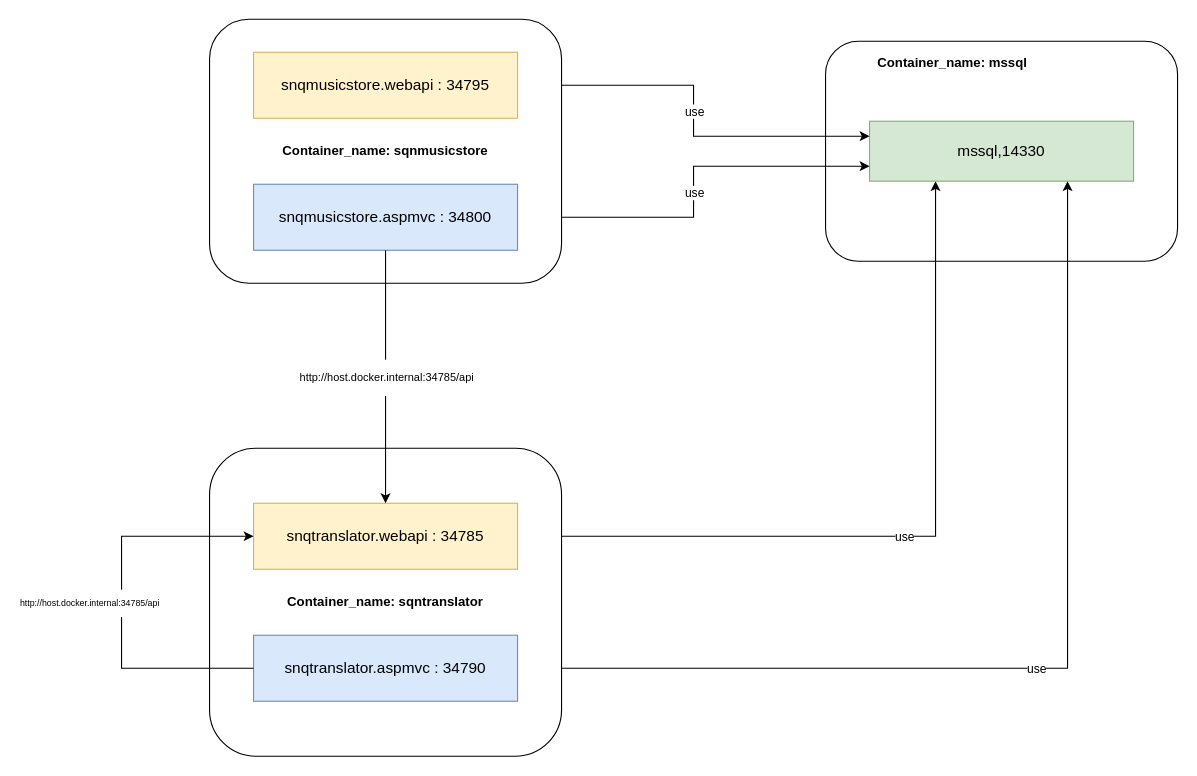
The draw.io diagram page "SnQMusicStoreWithTranslator" (5 of 5) of DockerComposeSettings.drawio in leoggehrer/CSSoftwareEngineering-Docker, before the edit. Source tidied: cells renumbered, new cells numbered last; positions are measured from the earlier drawing's top-left corner, leaving out a move shared by most shapes. Both pictures are drawn from the tidied source at 110%, with x=0, y=0 at pixel (121, 19).
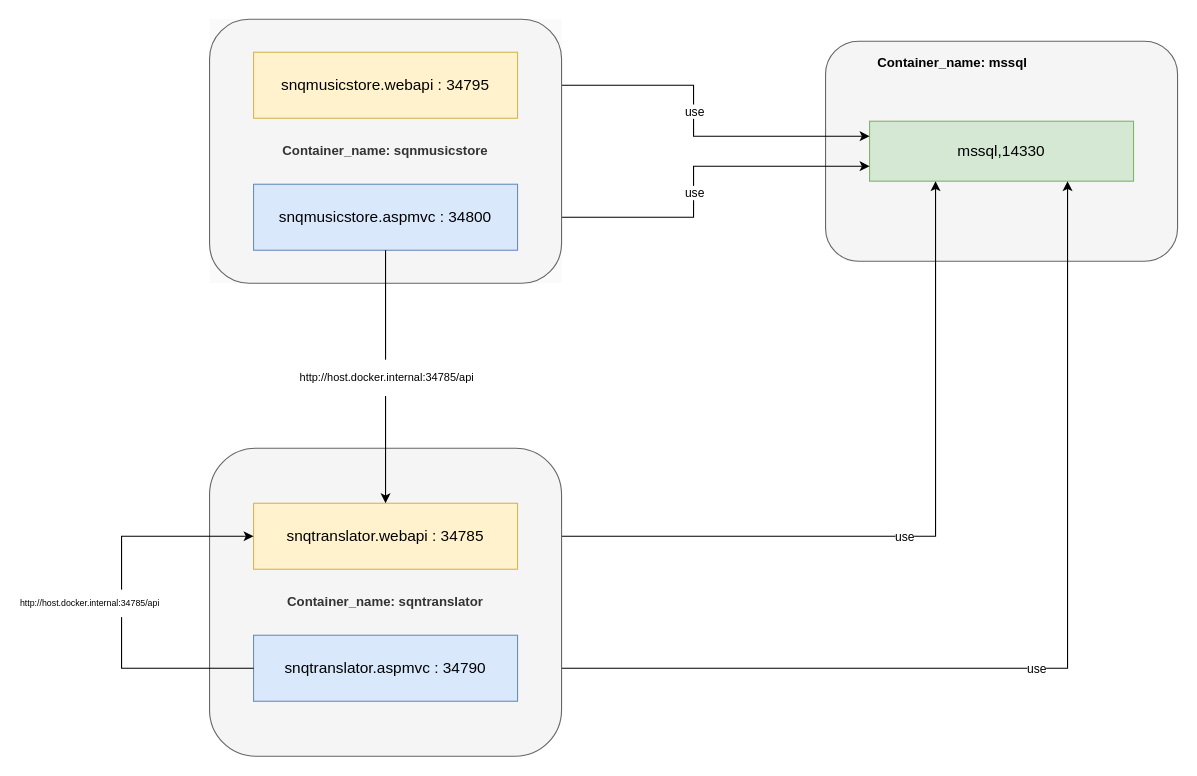
Above is the later version.

The change refers to these unchanged cells:
```xml
<mxCell id="2" style="group;" parent="1" vertex="1">
  <mxGeometry x="640" y="20" width="320" height="200" as="geometry" />
</mxCell>
<mxCell id="18" style="group;" parent="1" vertex="1">
  <mxGeometry x="80" y="390" width="320" height="280" as="geometry" />
</mxCell>
```

Diff of the diagram source:
```diff
@@
-    <mxCell id="3" style="rounded=1;whiteSpace=wrap;html=1;" parent="2" vertex="1">
+    <mxCell id="3" style="rounded=1;whiteSpace=wrap;html=1;fillColor=#f5f5f5;strokeColor=#666666;fontColor=#333333;" parent="2" vertex="1">
       <mxGeometry width="320" height="200" as="geometry" />
     </mxCell>
@@
-    <mxCell id="14" style="group;" parent="1" vertex="1">
+    <mxCell id="14" style="group;fillColor=#FAFAFA;" parent="1" vertex="1">
       <mxGeometry x="80" width="320" height="240" as="geometry" />
     </mxCell>
-    <mxCell id="15" value="&lt;span style=&quot;font-weight: 700&quot;&gt;Container_name: sqnmusicstore&lt;/span&gt;" style="rounded=1;whiteSpace=wrap;html=1;" parent="14" vertex="1">
+    <mxCell id="15" value="&lt;span style=&quot;font-weight: 700&quot;&gt;Container_name: sqnmusicstore&lt;/span&gt;" style="rounded=1;whiteSpace=wrap;html=1;fillColor=#f5f5f5;strokeColor=#666666;fontColor=#333333;" parent="14" vertex="1">
       <mxGeometry width="320" height="240" as="geometry" />
     </mxCell>
@@
-    <mxCell id="19" value="&lt;span style=&quot;font-weight: 700&quot;&gt;Container_name: sqntranslator&lt;/span&gt;" style="rounded=1;whiteSpace=wrap;html=1;" parent="18" vertex="1">
+    <mxCell id="19" value="&lt;span style=&quot;font-weight: 700&quot;&gt;Container_name: sqntranslator&lt;/span&gt;" style="rounded=1;whiteSpace=wrap;html=1;fillColor=#f5f5f5;strokeColor=#666666;fontColor=#333333;" parent="18" vertex="1">
       <mxGeometry width="320" height="280" as="geometry" />
     </mxCell>
```
